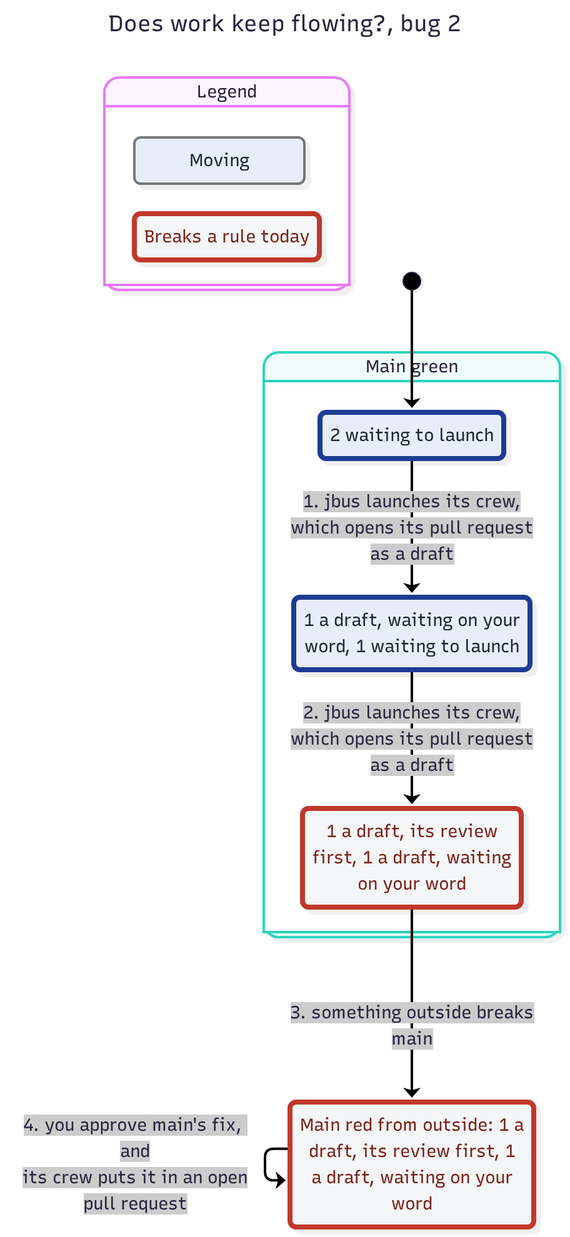
The Mermaid diagram features/jmerge/spec/FlowToday-statechart/bug-2.png in JoshuaHayesWasHere/jstack, before a commit. Its source is kept beside it as features/jmerge/spec/FlowToday-statechart/bug-2.mmd.
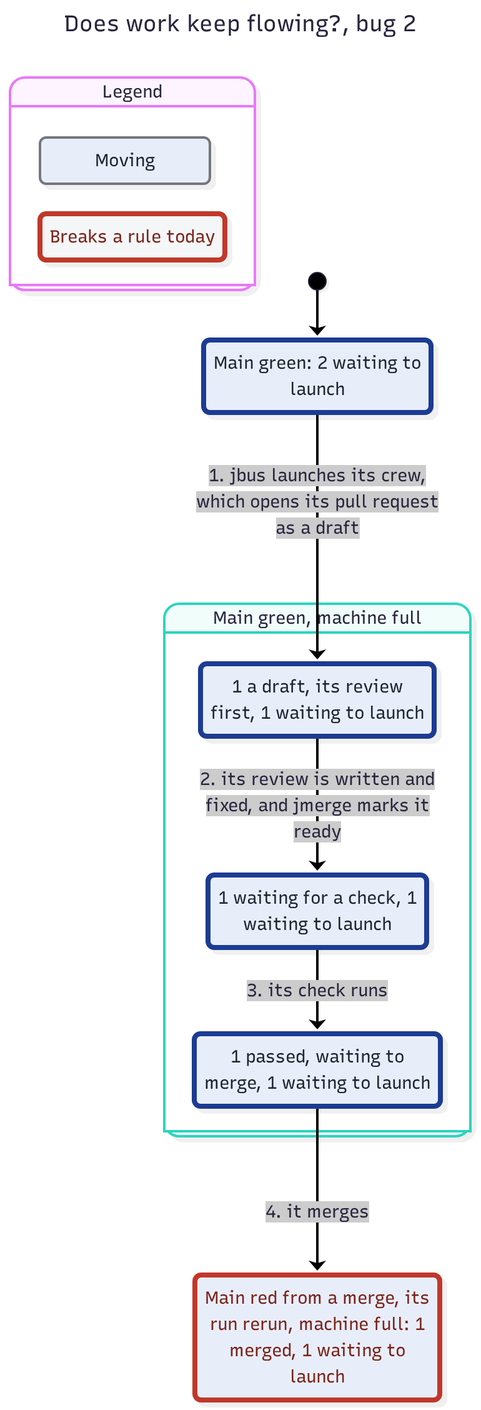
The same file after the commit.

The edit, as a diff of the source:
```diff
@@ -8,6 +8,7 @@
 stateDiagram-v2
   classDef plainWrong fill:#f4f6f7,stroke:#c0392b,stroke-width:4px,color:#7b241c
   classDef group1 fill:#e8eef9,stroke:#74777d,color:#1b2631
+  classDef group1Wrong fill:#e8eef9,stroke:#c0392b,stroke-width:4px,color:#7b241c
   classDef group1Path fill:#e8eef9,stroke:#1f3a93,stroke-width:4px,color:#1b2631
   state "Legend" as legend {
     state "Moving" as legendGroup1
@@ -15,18 +16,20 @@
   }
   class legendGroup1 group1
   class legendWrong plainWrong
-  state "Main green" as g0 {
-    state "1 a draft, its review<br/>first, 1 a draft, waiting<br/>on your word" as s0
-    state "1 a draft, waiting on your<br/>word, 1 waiting to launch" as s1
-    state "2 waiting to launch" as s2
+  state "Main green, machine full" as g0 {
+    state "1 a draft, its review<br/>first, 1 waiting to launch" as s0
+    state "1 passed, waiting to<br/>merge, 1 waiting to launch" as s1
+    state "1 waiting for a check, 1<br/>waiting to launch" as s2
   }
-  state "Main red from outside: 1 a<br/>draft, its review first, 1<br/>a draft, waiting on your<br/>word" as s3
-  [*] --> s2
-  s2 --> s1 : 1. jbus launches its crew,<br/>which opens its pull request<br/>as a draft
-  s1 --> s0 : 2. jbus launches its crew,<br/>which opens its pull request<br/>as a draft
-  s0 --> s3 : 3. something outside breaks<br/>main
-  s3 --> s3 : 4. you approve main's fix, and<br/>its crew puts it in an open<br/>pull request
-  class s0 plainWrong
+  state "Main green: 2 waiting to<br/>launch" as s3
+  state "Main red from a merge, its<br/>run rerun, machine full: 1<br/>merged, 1 waiting to<br/>launch" as s4
+  [*] --> s3
+  s3 --> s0 : 1. jbus launches its crew,<br/>which opens its pull request<br/>as a draft
+  s0 --> s2 : 2. its review is written and<br/>fixed, and jmerge marks it<br/>ready
+  s2 --> s1 : 3. its check runs
+  s1 --> s4 : 4. it merges
+  class s0 group1Path
   class s1 group1Path
   class s2 group1Path
-  class s3 plainWrong
+  class s3 group1Path
+  class s4 group1Wrong
```
